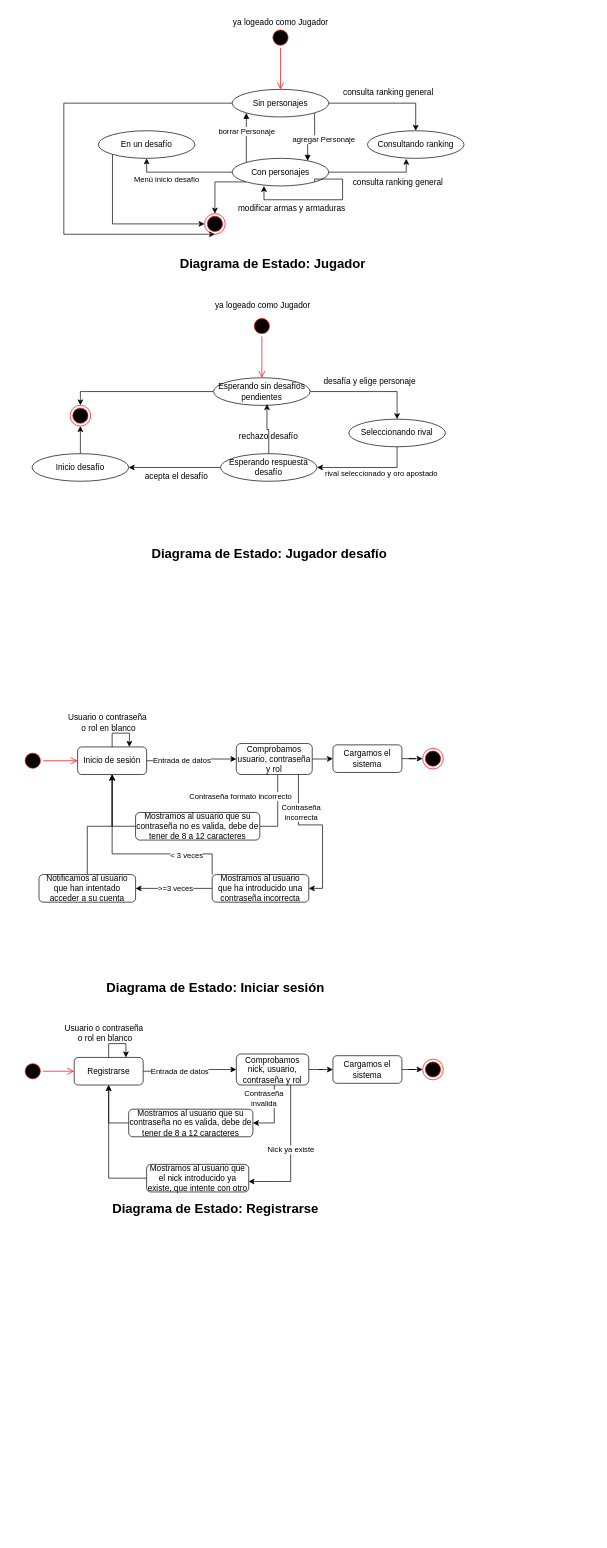
Earlier version of the draw.io diagram page "2aPt - Diagrama de Estados" (4 of 6) of Grupo3MetodologiaProgramacion.drawio (Jordigb44/Grupo3MP). Source tidied: cells renumbered, new cells numbered last; positions are measured from the earlier drawing's top-left corner, leaving out a move shared by most shapes. Both pictures are drawn from the tidied source at 69%, with x=0, y=0 at pixel (12, 12).
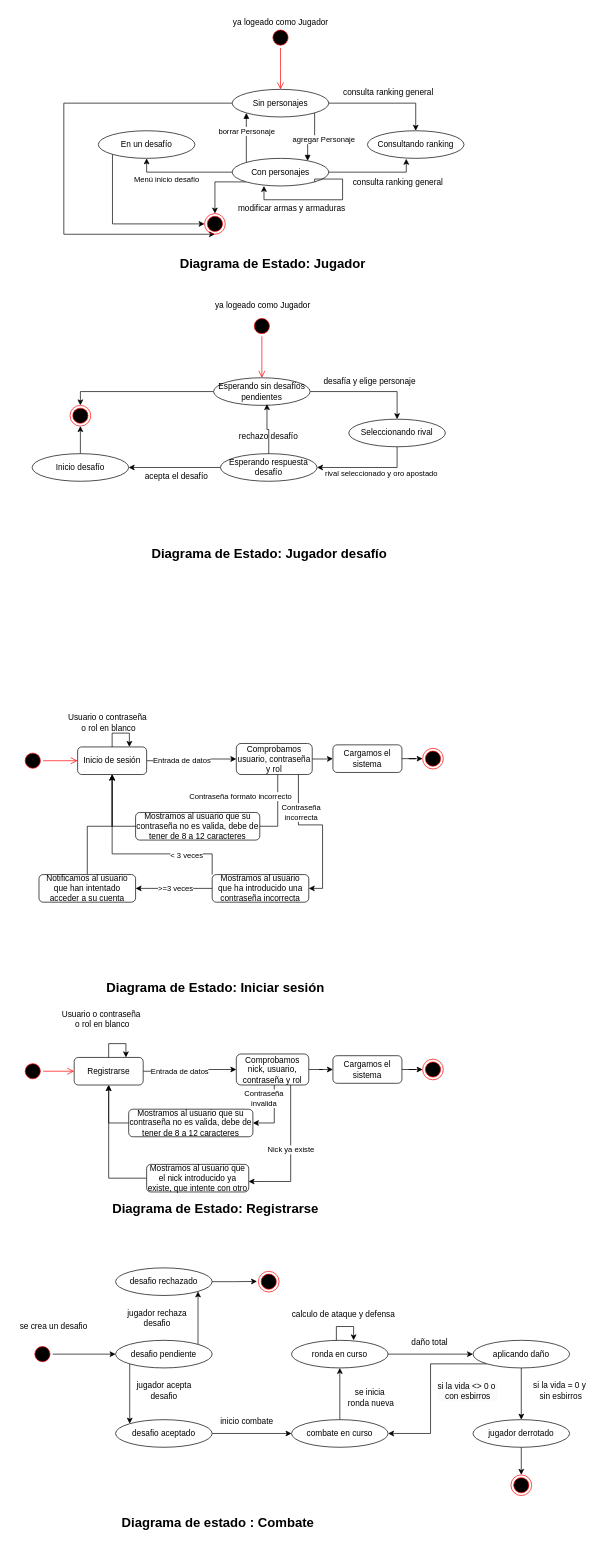
The same page after the edit.

What changed in the source:
```diff
@@
     <mxCell id="25" value="Usuario o contraseña&lt;div&gt;&amp;nbsp;o rol en blanco&lt;/div&gt;" style="text;html=1;align=center;verticalAlign=middle;strokeColor=none;fillColor=none;" parent="1" vertex="1">
-      <mxGeometry x="63" y="1460" width="140" height="40" as="geometry" />
+      <mxGeometry x="59" y="1440" width="140" height="40" as="geometry" />
     </mxCell>
@@
+    <mxCell id="89" style="edgeStyle=orthogonalEdgeStyle;rounded=0;jettySize=auto;html=1;" parent="1" edge="1" source="90" target="94">
+      <mxGeometry relative="1" as="geometry" />
+    </mxCell>
+    <mxCell id="90" style="ellipse;html=1;shape=startState;fillColor=#000000;strokeColor=#ff0000;" parent="1" vertex="1">
+      <mxGeometry x="29" y="1930" width="30" height="30" as="geometry" />
+    </mxCell>
+    <mxCell id="91" value="se crea un desafio" style="text;html=1;align=center;verticalAlign=middle;strokeColor=none;fillColor=none;" parent="1" vertex="1">
+      <mxGeometry y="1890" width="120" height="30" as="geometry" />
+    </mxCell>
+    <mxCell id="92" style="edgeStyle=orthogonalEdgeStyle;rounded=0;jettySize=auto;html=1;exitX=0;exitY=1;exitDx=0;exitDy=0;entryX=0;entryY=0;entryDx=0;entryDy=0;" parent="1" edge="1" source="94" target="96">
+      <mxGeometry relative="1" as="geometry" />
+    </mxCell>
+    <mxCell id="93" style="edgeStyle=orthogonalEdgeStyle;rounded=0;jettySize=auto;html=1;exitX=1;exitY=0;exitDx=0;exitDy=0;entryX=1;entryY=1;entryDx=0;entryDy=0;" parent="1" edge="1" source="94" target="102">
+      <mxGeometry relative="1" as="geometry" />
+    </mxCell>
+    <mxCell id="94" value="desafio pendiente" style="ellipse;whiteSpace=wrap;html=1;" parent="1" vertex="1">
+      <mxGeometry x="150" y="1925" width="140" height="40" as="geometry" />
+    </mxCell>
+    <mxCell id="95" style="edgeStyle=orthogonalEdgeStyle;rounded=0;jettySize=auto;html=1;" parent="1" edge="1" source="96" target="99">
+      <mxGeometry relative="1" as="geometry" />
+    </mxCell>
+    <mxCell id="96" value="desafio aceptado" style="ellipse;whiteSpace=wrap;html=1;" parent="1" vertex="1">
+      <mxGeometry x="150" y="2040" width="140" height="40" as="geometry" />
+    </mxCell>
+    <mxCell id="97" value="jugador acepta&lt;div&gt;desafio&lt;/div&gt;" style="text;html=1;align=center;verticalAlign=middle;strokeColor=none;fillColor=none;" parent="1" vertex="1">
+      <mxGeometry x="170" y="1978" width="100" height="40" as="geometry" />
+    </mxCell>
+    <mxCell id="98" style="edgeStyle=orthogonalEdgeStyle;rounded=0;jettySize=auto;html=1;exitX=0.5;exitY=0;exitDx=0;exitDy=0;entryX=0.5;entryY=1;entryDx=0;entryDy=0;" parent="1" edge="1" source="99" target="105">
+      <mxGeometry relative="1" as="geometry" />
+    </mxCell>
+    <mxCell id="99" value="combate en curso" style="ellipse;whiteSpace=wrap;html=1;" parent="1" vertex="1">
+      <mxGeometry x="405" y="2040" width="140" height="40" as="geometry" />
+    </mxCell>
+    <mxCell id="100" value="inicio combate" style="text;html=1;align=center;verticalAlign=middle;strokeColor=none;fillColor=none;" parent="1" vertex="1">
+      <mxGeometry x="290" y="2028" width="100" height="30" as="geometry" />
+    </mxCell>
+    <mxCell id="101" style="edgeStyle=orthogonalEdgeStyle;rounded=0;jettySize=auto;html=1;exitX=1;exitY=0.5;exitDx=0;exitDy=0;" parent="1" edge="1" source="102">
+      <mxGeometry relative="1" as="geometry">
+        <mxPoint x="355" y="1839.6" as="targetPoint" />
+      </mxGeometry>
+    </mxCell>
+    <mxCell id="102" value="desafio rechazado" style="ellipse;whiteSpace=wrap;html=1;" parent="1" vertex="1">
+      <mxGeometry x="150" y="1820" width="140" height="40" as="geometry" />
+    </mxCell>
+    <mxCell id="103" value="jugador rechaza&lt;div&gt;desafio&lt;/div&gt;" style="text;html=1;align=center;verticalAlign=middle;strokeColor=none;fillColor=none;" parent="1" vertex="1">
+      <mxGeometry x="155" y="1873" width="110" height="40" as="geometry" />
+    </mxCell>
+    <mxCell id="104" style="edgeStyle=orthogonalEdgeStyle;rounded=0;jettySize=auto;html=1;exitX=1;exitY=0.5;exitDx=0;exitDy=0;entryX=0;entryY=0.5;entryDx=0;entryDy=0;" parent="1" edge="1" source="105" target="111">
+      <mxGeometry relative="1" as="geometry" />
+    </mxCell>
+    <mxCell id="105" value="ronda en curso" style="ellipse;whiteSpace=wrap;html=1;" parent="1" vertex="1">
+      <mxGeometry x="405" y="1925" width="140" height="40" as="geometry" />
+    </mxCell>
+    <mxCell id="106" value="se inicia&amp;nbsp;&lt;div&gt;ronda nueva&lt;/div&gt;" style="text;html=1;align=center;verticalAlign=middle;strokeColor=none;fillColor=none;" parent="1" vertex="1">
+      <mxGeometry x="475" y="1988" width="90" height="40" as="geometry" />
+    </mxCell>
+    <mxCell id="107" style="edgeStyle=orthogonalEdgeStyle;rounded=0;orthogonalLoop=1;jettySize=auto;html=1;entryX=0.75;entryY=0;entryDx=0;entryDy=0;" parent="1" edge="1">
+      <mxGeometry relative="1" as="geometry">
+        <mxPoint x="470" y="1925" as="sourcePoint" />
+        <mxPoint x="495" y="1925" as="targetPoint" />
+        <Array as="points">
+          <mxPoint x="470" y="1905" />
+          <mxPoint x="495" y="1905" />
+        </Array>
+      </mxGeometry>
+    </mxCell>
+    <mxCell id="108" value="calculo de ataque y defensa" style="text;html=1;align=center;verticalAlign=middle;strokeColor=none;fillColor=none;" parent="1" vertex="1">
+      <mxGeometry x="395" y="1873" width="170" height="30" as="geometry" />
+    </mxCell>
+    <mxCell id="109" style="edgeStyle=orthogonalEdgeStyle;rounded=0;jettySize=auto;html=1;exitX=0.5;exitY=1;exitDx=0;exitDy=0;entryX=0.5;entryY=0;entryDx=0;entryDy=0;" parent="1" edge="1" source="111" target="114">
+      <mxGeometry relative="1" as="geometry" />
+    </mxCell>
+    <mxCell id="110" style="edgeStyle=orthogonalEdgeStyle;rounded=0;jettySize=auto;html=1;exitX=0;exitY=1;exitDx=0;exitDy=0;entryX=1;entryY=0.5;entryDx=0;entryDy=0;" parent="1" edge="1" source="111" target="99">
+      <mxGeometry relative="1" as="geometry" />
+    </mxCell>
+    <mxCell id="111" value="aplicando daño" style="ellipse;whiteSpace=wrap;html=1;" parent="1" vertex="1">
+      <mxGeometry x="668" y="1925" width="140" height="40" as="geometry" />
+    </mxCell>
+    <mxCell id="112" value="daño total" style="text;html=1;align=center;verticalAlign=middle;strokeColor=none;fillColor=none;" parent="1" vertex="1">
+      <mxGeometry x="565" y="1913" width="80" height="30" as="geometry" />
+    </mxCell>
+    <mxCell id="113" style="edgeStyle=orthogonalEdgeStyle;rounded=0;jettySize=auto;html=1;exitX=0.5;exitY=1;exitDx=0;exitDy=0;" parent="1" edge="1" source="114">
+      <mxGeometry relative="1" as="geometry">
+        <mxPoint x="738" y="2120" as="targetPoint" />
+      </mxGeometry>
+    </mxCell>
+    <mxCell id="114" value="jugador derrotado" style="ellipse;whiteSpace=wrap;html=1;" parent="1" vertex="1">
+      <mxGeometry x="668" y="2040" width="140" height="40" as="geometry" />
+    </mxCell>
+    <mxCell id="115" value="si la vida = 0 y&amp;nbsp;&lt;div&gt;sin esbirros&lt;/div&gt;" style="text;html=1;align=center;verticalAlign=middle;strokeColor=none;fillColor=none;" parent="1" vertex="1">
+      <mxGeometry x="745" y="1978" width="100" height="40" as="geometry" />
+    </mxCell>
+    <mxCell id="116" value="&lt;span style=&quot;color: rgb(0, 0, 0); font-family: Helvetica; font-size: 12px; font-style: normal; font-variant-ligatures: normal; font-variant-caps: normal; font-weight: 400; letter-spacing: normal; orphans: 2; text-align: center; text-indent: 0px; text-transform: none; widows: 2; word-spacing: 0px; -webkit-text-stroke-width: 0px; white-space: nowrap; background-color: rgb(251, 251, 251); text-decoration-thickness: initial; text-decoration-style: initial; text-decoration-color: initial; float: none; display: inline !important;&quot;&gt;si la vida &amp;lt;&amp;gt; 0 o&amp;nbsp;&lt;/span&gt;&lt;div style=&quot;forced-color-adjust: none; color: rgb(0, 0, 0); font-family: Helvetica; font-size: 12px; font-style: normal; font-variant-ligatures: normal; font-variant-caps: normal; font-weight: 400; letter-spacing: normal; orphans: 2; text-align: center; text-indent: 0px; text-transform: none; widows: 2; word-spacing: 0px; -webkit-text-stroke-width: 0px; white-space: nowrap; background-color: rgb(251, 251, 251); text-decoration-thickness: initial; text-decoration-style: initial; text-decoration-color: initial;&quot;&gt;con esbirros&lt;/div&gt;" style="text;whiteSpace=wrap;html=1;" parent="1" vertex="1">
+      <mxGeometry x="615" y="1978" width="110" height="50" as="geometry" />
+    </mxCell>
+    <mxCell id="117" style="ellipse;html=1;shape=endState;fillColor=#000000;strokeColor=#ff0000;" parent="1" vertex="1">
+      <mxGeometry x="723" y="2120" width="30" height="30" as="geometry" />
+    </mxCell>
+    <mxCell id="118" style="ellipse;html=1;shape=endState;fillColor=#000000;strokeColor=#ff0000;" parent="1" vertex="1">
+      <mxGeometry x="357" y="1825" width="30" height="30" as="geometry" />
+    </mxCell>
+    <mxCell id="119" value="&lt;font style=&quot;font-size: 19px;&quot;&gt;&lt;b&gt;Diagrama de estado : Combate&lt;/b&gt;&lt;/font&gt;" style="text;html=1;align=center;verticalAlign=middle;strokeColor=none;fillColor=none;" parent="1" vertex="1">
+      <mxGeometry x="148" y="2170" width="300" height="40" as="geometry" />
+    </mxCell>
```
